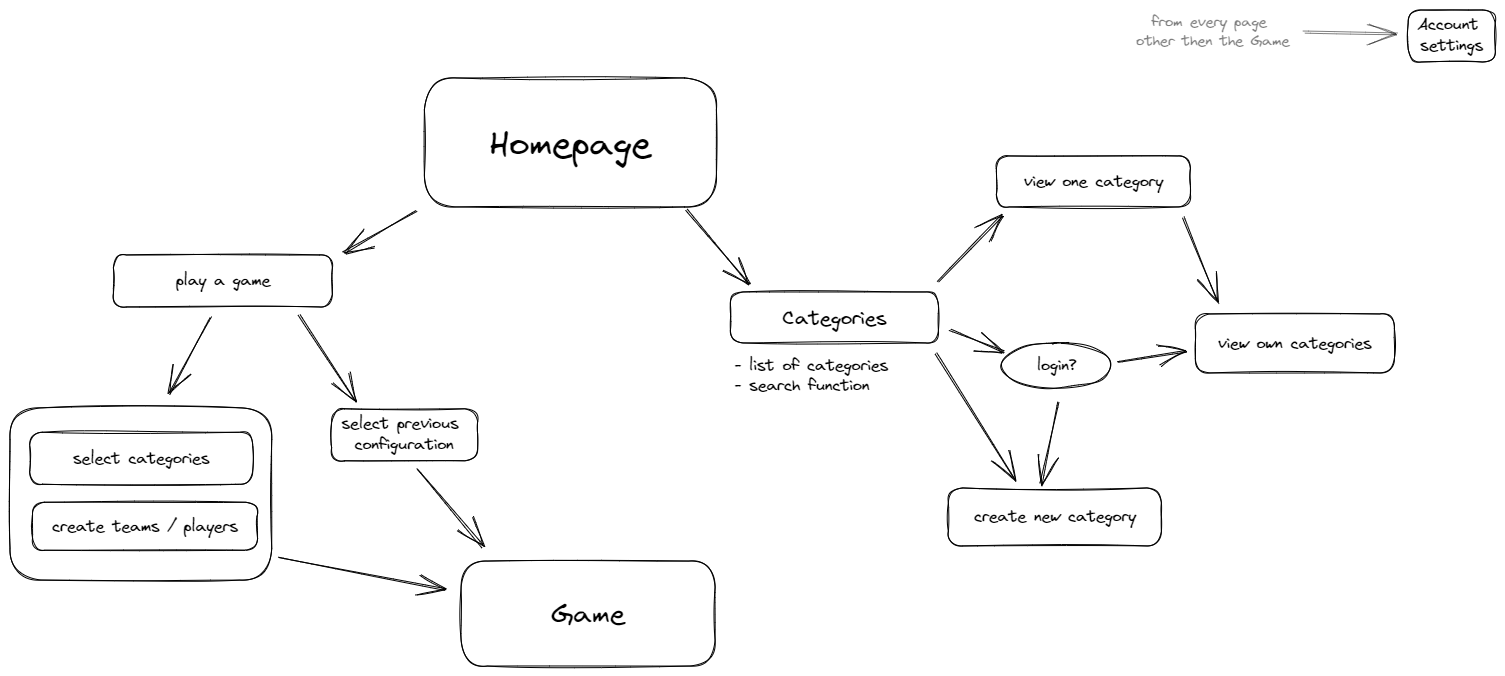
Earlier version of the Excalidraw export pageDiagram.excalidraw.png (NilsGke/klugscheisser-quiz). Source tidied: one line per element, renumbered; positions are measured from the earlier drawing's top-left corner, leaving out a move shared by most shapes.
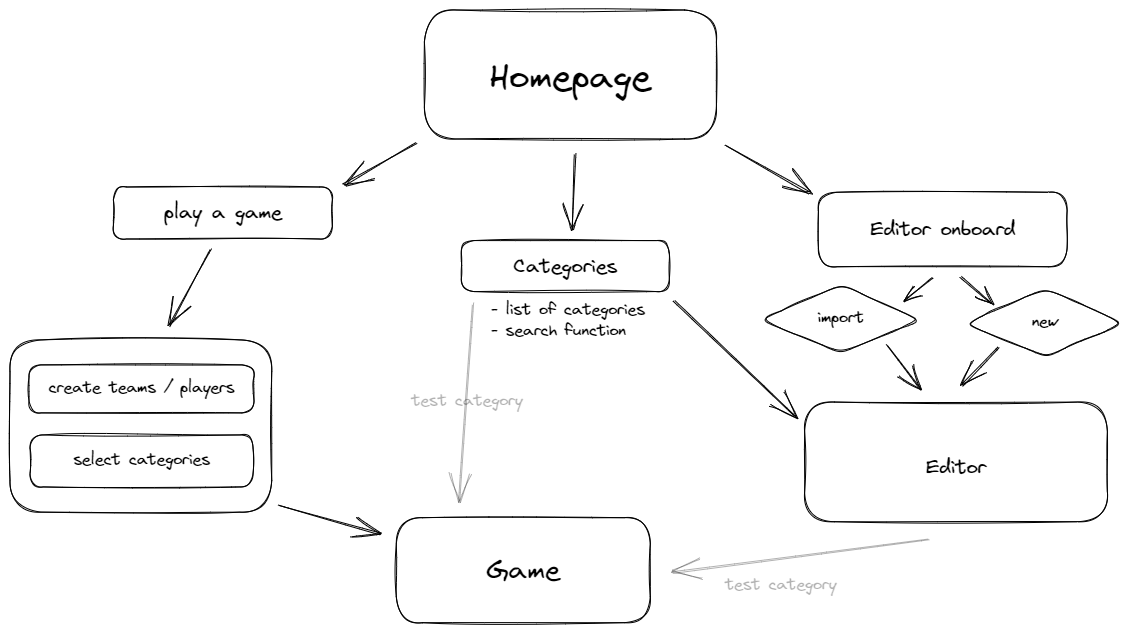
Later version of the same file.

What changed in the source:
```diff
@@ -1,40 +1,36 @@
 {"id": 0, "type": "rectangle", "strokeColor": "#000000", "strokeWidth": 1, "roughness": 1, "round": true, "x": 414, "y": 68, "width": 292, "height": 129}
 {"id": 1, "type": "text", "text": "Homepage", "strokeColor": "#000000", "strokeWidth": 1, "roughness": 1, "fontSize": 36, "fontFamily": 1, "textAlign": "center", "verticalAlign": "middle", "inside": 0, "x": 478, "y": 111, "width": 164, "height": 48}
-{"id": 2, "type": "rectangle", "strokeColor": "#000000", "strokeWidth": 1, "roughness": 1, "round": true, "x": 720, "y": 282, "width": 208, "height": 51}
+{"id": 2, "type": "rectangle", "strokeColor": "#000000", "strokeWidth": 1, "roughness": 1, "round": true, "x": 451, "y": 299, "width": 208, "height": 51}
-{"id": 3, "type": "text", "text": "Categories", "strokeColor": "#000000", "strokeWidth": 1, "roughness": 1, "fontSize": 20, "fontFamily": 1, "textAlign": "center", "verticalAlign": "middle", "inside": 2, "x": 771, "y": 295, "width": 106, "height": 27}
+{"id": 3, "type": "text", "text": "Categories", "strokeColor": "#000000", "strokeWidth": 1, "roughness": 1, "fontSize": 20, "fontFamily": 1, "textAlign": "center", "verticalAlign": "middle", "inside": 2, "x": 502, "y": 312, "width": 106, "height": 26}
-{"id": 4, "type": "arrow", "strokeColor": "#000000", "strokeWidth": 1, "roughness": 1, "endArrowhead": "arrow", "round": true, "from": 0, "to": 2, "x": 677, "y": 200, "width": 62, "height": 74, "points": [[0, 0], [62, 74]]}
+{"id": 4, "type": "arrow", "strokeColor": "#000000", "strokeWidth": 1, "roughness": 1, "endArrowhead": "arrow", "round": true, "from": 0, "to": 2, "x": 565, "y": 213, "width": 4, "height": 76, "points": [[0, 0], [-4, 76]]}
-{"id": 5, "type": "text", "text": "- list of categories \n- search function", "strokeColor": "#000000", "strokeWidth": 1, "roughness": 1, "fontSize": 16, "fontFamily": 1, "x": 724, "y": 346, "width": 163, "height": 40}
+{"id": 5, "type": "text", "text": "- list of categories \n- search function", "strokeColor": "#000000", "strokeWidth": 1, "roughness": 1, "fontSize": 16, "fontFamily": 1, "x": 481, "y": 358, "width": 163, "height": 41}
-{"id": 6, "type": "rectangle", "strokeColor": "#000000", "strokeWidth": 1, "roughness": 1, "round": true, "x": 986, "y": 146, "width": 194, "height": 51}
-{"id": 7, "type": "text", "text": "view one category", "strokeColor": "#000000", "strokeWidth": 1, "roughness": 1, "fontSize": 16, "fontFamily": 1, "textAlign": "center", "verticalAlign": "middle", "inside": 6, "x": 1013, "y": 162, "width": 141, "height": 21}
-{"id": 8, "type": "arrow", "strokeColor": "#000000", "strokeWidth": 1, "roughness": 1, "endArrowhead": "arrow", "round": true, "from": 2, "to": 6, "x": 928, "y": 271, "width": 65, "height": 66, "points": [[0, 0], [65, -66]]}
-{"id": 9, "type": "rectangle", "strokeColor": "#000000", "strokeWidth": 1, "roughness": 1, "round": true, "x": 938, "y": 478, "width": 213, "height": 58}
-{"id": 10, "type": "text", "text": "create new category", "strokeColor": "#000000", "strokeWidth": 1, "roughness": 1, "fontSize": 16, "fontFamily": 1, "textAlign": "center", "verticalAlign": "middle", "inside": 9, "x": 963, "y": 497, "width": 164, "height": 21}
-{"id": 11, "type": "arrow", "strokeColor": "#000000", "strokeWidth": 1, "roughness": 1, "endArrowhead": "arrow", "round": true, "from": 2, "to": 9, "x": 926, "y": 344, "width": 80, "height": 127, "points": [[0, 0], [80, 127]]}
 {"id": 12, "type": "rectangle", "strokeColor": "#000000", "strokeWidth": 1, "roughness": 1, "round": true, "x": 103, "y": 245, "width": 219, "height": 52}
-{"id": 13, "type": "text", "text": "play a game", "strokeColor": "#000000", "strokeWidth": 1, "roughness": 1, "fontSize": 16, "fontFamily": 1, "textAlign": "center", "verticalAlign": "middle", "inside": 12, "x": 164, "y": 261, "width": 97, "height": 21}
+{"id": 13, "type": "text", "text": "play a game", "strokeColor": "#000000", "strokeWidth": 1, "roughness": 1, "fontSize": 20, "fontFamily": 1, "textAlign": "center", "verticalAlign": "middle", "inside": 12, "x": 153, "y": 258, "width": 120, "height": 26}
 {"id": 14, "type": "arrow", "strokeColor": "#000000", "strokeWidth": 1, "roughness": 1, "endArrowhead": "arrow", "round": true, "from": 0, "to": 12, "x": 406, "y": 201, "width": 73, "height": 41, "points": [[0, 0], [-73, 41]]}
-{"id": 15, "type": "rectangle", "strokeColor": "#000000", "strokeWidth": 1, "roughness": 1, "round": true, "x": 20, "y": 422, "width": 223, "height": 52}
+{"id": 15, "type": "rectangle", "strokeColor": "#000000", "strokeWidth": 1, "roughness": 1, "round": true, "x": 20, "y": 493, "width": 223, "height": 52}
-{"id": 16, "type": "text", "text": "select categories", "strokeColor": "#000000", "strokeWidth": 1, "roughness": 1, "fontSize": 16, "fontFamily": 1, "textAlign": "center", "verticalAlign": "middle", "inside": 15, "x": 62, "y": 439, "width": 139, "height": 21}
+{"id": 16, "type": "text", "text": "select categories", "strokeColor": "#000000", "strokeWidth": 1, "roughness": 1, "fontSize": 16, "fontFamily": 1, "textAlign": "center", "verticalAlign": "middle", "inside": 15, "x": 62, "y": 509, "width": 139, "height": 20}
-{"id": 17, "type": "rectangle", "strokeColor": "#000000", "strokeWidth": 1, "roughness": 1, "round": true, "x": 23, "y": 492, "width": 225, "height": 48}
+{"id": 17, "type": "rectangle", "strokeColor": "#000000", "strokeWidth": 1, "roughness": 1, "round": true, "x": 19, "y": 423, "width": 225, "height": 48}
-{"id": 18, "type": "text", "text": "create teams / players", "strokeColor": "#000000", "strokeWidth": 1, "roughness": 1, "fontSize": 16, "fontFamily": 1, "textAlign": "center", "verticalAlign": "middle", "inside": 17, "x": 41, "y": 507, "width": 188, "height": 21}
+{"id": 18, "type": "text", "text": "create teams / players", "strokeColor": "#000000", "strokeWidth": 1, "roughness": 1, "fontSize": 16, "fontFamily": 1, "textAlign": "center", "verticalAlign": "middle", "inside": 17, "x": 38, "y": 437, "width": 188, "height": 20}
 {"id": 19, "type": "arrow", "strokeColor": "#000000", "strokeWidth": 1, "roughness": 1, "endArrowhead": "arrow", "round": true, "from": 12, "to": 34, "x": 201, "y": 308, "width": 42, "height": 77, "points": [[0, 0], [-42, 77]]}
-{"id": 20, "type": "ellipse", "strokeColor": "#000000", "strokeWidth": 1, "roughness": 1, "round": true, "x": 991, "y": 333, "width": 110, "height": 45}
-{"id": 21, "type": "text", "text": "login?", "strokeColor": "#000000", "strokeWidth": 1, "roughness": 1, "fontSize": 16, "fontFamily": 1, "textAlign": "center", "verticalAlign": "middle", "inside": 20, "x": 1025, "y": 346, "width": 42, "height": 21}
-{"id": 22, "type": "arrow", "strokeColor": "#000000", "strokeWidth": 1, "roughness": 1, "endArrowhead": "arrow", "round": true, "from": 2, "to": 20, "x": 939, "y": 321, "width": 55, "height": 20, "points": [[0, 0], [55, 20]]}
-{"id": 23, "type": "arrow", "strokeColor": "#000000", "strokeWidth": 1, "roughness": 1, "endArrowhead": "arrow", "round": true, "from": 20, "to": 9, "x": 1048, "y": 391, "width": 18, "height": 83, "points": [[0, 0], [-18, 83]]}
-{"id": 24, "type": "rectangle", "strokeColor": "#000000", "strokeWidth": 1, "roughness": 1, "round": true, "x": 1185, "y": 304, "width": 199, "height": 59}
-{"id": 25, "type": "text", "text": "view own categories", "strokeColor": "#000000", "strokeWidth": 1, "roughness": 1, "fontSize": 16, "fontFamily": 1, "textAlign": "center", "verticalAlign": "middle", "inside": 24, "x": 1207, "y": 324, "width": 156, "height": 21}
-{"id": 26, "type": "arrow", "strokeColor": "#000000", "strokeWidth": 1, "roughness": 1, "endArrowhead": "arrow", "round": true, "from": 20, "to": 24, "x": 1108, "y": 351, "width": 68, "height": 10, "points": [[0, 0], [68, -10]]}
-{"id": 27, "type": "arrow", "strokeColor": "#000000", "strokeWidth": 1, "roughness": 1, "endArrowhead": "arrow", "round": true, "from": 6, "to": 24, "x": 1174, "y": 208, "width": 36, "height": 85, "points": [[0, 0], [36, 85]]}
-{"id": 28, "type": "arrow", "strokeColor": "#000000", "strokeWidth": 1, "roughness": 1, "endArrowhead": "arrow", "round": true, "from": 34, "to": 29, "x": 269, "y": 547, "width": 168, "height": 32, "points": [[0, 0], [168, 32]]}
+{"id": 28, "type": "arrow", "strokeColor": "#000000", "strokeWidth": 1, "roughness": 1, "endArrowhead": "arrow", "round": true, "from": 34, "to": 29, "x": 269, "y": 562, "width": 103, "height": 29, "points": [[0, 0], [103, 29]]}
-{"id": 29, "type": "rectangle", "strokeColor": "#000000", "strokeWidth": 1, "roughness": 1, "round": true, "x": 451, "y": 551, "width": 254, "height": 105}
+{"id": 29, "type": "rectangle", "strokeColor": "#000000", "strokeWidth": 1, "roughness": 1, "round": true, "x": 386, "y": 576, "width": 254, "height": 105}
-{"id": 30, "type": "text", "text": "Game", "strokeColor": "#000000", "strokeWidth": 1, "roughness": 1, "fontSize": 28, "fontFamily": 1, "textAlign": "center", "verticalAlign": "middle", "inside": 29, "x": 540, "y": 586, "width": 76, "height": 37}
+{"id": 30, "type": "text", "text": "Game", "strokeColor": "#000000", "strokeWidth": 1, "roughness": 1, "fontSize": 28, "fontFamily": 1, "textAlign": "center", "verticalAlign": "middle", "inside": 29, "x": 475, "y": 611, "width": 76, "height": 37}
-{"id": 31, "type": "rectangle", "strokeColor": "#000000", "strokeWidth": 1, "roughness": 1, "round": true, "x": 322, "y": 399, "width": 146, "height": 52}
-{"id": 32, "type": "text", "text": "select previous \nconfiguration", "strokeColor": "#000000", "strokeWidth": 1, "roughness": 1, "fontSize": 16, "fontFamily": 1, "textAlign": "center", "verticalAlign": "middle", "inside": 31, "x": 330, "y": 404, "width": 127, "height": 42}
-{"id": 33, "type": "arrow", "strokeColor": "#000000", "strokeWidth": 1, "roughness": 1, "endArrowhead": "arrow", "round": true, "from": 12, "to": 31, "x": 289, "y": 304, "width": 58, "height": 87, "points": [[0, 0], [58, 87]]}
 {"id": 34, "type": "rectangle", "strokeColor": "#000000", "strokeWidth": 1, "roughness": 1, "round": true, "x": 0, "y": 398, "width": 262, "height": 172}
-{"id": 35, "type": "arrow", "strokeColor": "#000000", "strokeWidth": 1, "roughness": 1, "endArrowhead": "arrow", "round": true, "from": 31, "to": 29, "x": 407, "y": 460, "width": 67, "height": 78, "points": [[0, 0], [67, 78]]}
-{"id": 36, "type": "rectangle", "strokeColor": "#000000", "strokeWidth": 1, "roughness": 1, "round": true, "x": 1398, "y": 0, "width": 87, "height": 52}
-{"id": 37, "type": "text", "text": "Account \nsettings", "strokeColor": "#000000", "strokeWidth": 1, "roughness": 1, "fontSize": 16, "fontFamily": 1, "textAlign": "center", "verticalAlign": "middle", "inside": 36, "x": 1407, "y": 5, "width": 70, "height": 42}
-{"id": 38, "type": "text", "text": "from every page \nother then the Game", "strokeColor": "#000000", "strokeWidth": 1, "roughness": 1, "opacity": 50, "fontSize": 14.73, "fontFamily": 1, "textAlign": "center", "x": 1125, "y": 3, "width": 155, "height": 38}
-{"id": 39, "type": "arrow", "strokeColor": "#000000", "strokeWidth": 1, "roughness": 1, "opacity": 50, "endArrowhead": "arrow", "round": true, "from": 38, "to": 36, "x": 1293, "y": 22, "width": 94, "height": 1, "points": [[0, 0], [94, 1]]}
+{"id": 40, "type": "arrow", "strokeColor": "#000000", "strokeWidth": 1, "roughness": 1, "opacity": 30, "endArrowhead": "arrow", "round": true, "from": 2, "to": 29, "x": 463, "y": 361, "width": 13, "height": 198, "points": [[0, 0], [-13, 198]]}
+{"id": 41, "type": "text", "text": "test category", "strokeColor": "#000000", "strokeWidth": 1, "roughness": 1, "opacity": 30, "fontSize": 16, "fontFamily": 1, "textAlign": "center", "verticalAlign": "middle", "inside": 40, "x": 400, "y": 450, "width": 113, "height": 20}
+{"id": 42, "type": "rectangle", "strokeColor": "#000000", "strokeWidth": 1, "roughness": 1, "round": true, "x": 808, "y": 250, "width": 249, "height": 74}
+{"id": 43, "type": "text", "text": "Editor onboard", "strokeColor": "#000000", "strokeWidth": 1, "roughness": 1, "fontSize": 20, "fontFamily": 1, "textAlign": "center", "verticalAlign": "middle", "inside": 42, "x": 859, "y": 274, "width": 147, "height": 26}
+{"id": 44, "type": "arrow", "strokeColor": "#000000", "strokeWidth": 1, "roughness": 1, "endArrowhead": "arrow", "round": true, "from": 0, "to": 42, "x": 716, "y": 203, "width": 84, "height": 48, "points": [[0, 0], [84, 48]]}
+{"id": 45, "type": "diamond", "strokeColor": "#000000", "strokeWidth": 1, "roughness": 1, "round": true, "x": 751, "y": 343, "width": 159, "height": 69}
+{"id": 46, "type": "text", "text": "import", "strokeColor": "#000000", "strokeWidth": 1, "roughness": 1, "fontSize": 16, "fontFamily": 1, "textAlign": "center", "verticalAlign": "middle", "inside": 45, "x": 807, "y": 367, "width": 48, "height": 20}
+{"id": 47, "type": "diamond", "strokeColor": "#000000", "strokeWidth": 1, "roughness": 1, "round": true, "x": 955, "y": 346, "width": 159, "height": 69}
+{"id": 48, "type": "text", "text": "new", "strokeColor": "#000000", "strokeWidth": 1, "roughness": 1, "fontSize": 16, "fontFamily": 1, "textAlign": "center", "verticalAlign": "middle", "inside": 47, "x": 1021, "y": 371, "width": 28, "height": 20}
+{"id": 49, "type": "rectangle", "strokeColor": "#000000", "strokeWidth": 1, "roughness": 1, "round": true, "x": 795, "y": 460, "width": 303, "height": 120}
+{"id": 50, "type": "text", "text": "Editor", "strokeColor": "#000000", "strokeWidth": 1, "roughness": 1, "fontSize": 20, "fontFamily": 1, "textAlign": "center", "verticalAlign": "middle", "inside": 49, "x": 915, "y": 513, "width": 62, "height": 26}
+{"id": 51, "type": "arrow", "strokeColor": "#000000", "strokeWidth": 1, "roughness": 1, "endArrowhead": "arrow", "round": true, "from": 2, "to": 49, "x": 664, "y": 358, "width": 121, "height": 116, "points": [[0, 0], [121, 116]]}
+{"id": 52, "type": "arrow", "strokeColor": "#000000", "strokeWidth": 1, "roughness": 1, "endArrowhead": "arrow", "round": true, "from": 45, "to": 49, "x": 877, "y": 404, "width": 33, "height": 44, "points": [[0, 0], [33, 44]]}
+{"id": 53, "type": "arrow", "strokeColor": "#000000", "strokeWidth": 1, "roughness": 1, "endArrowhead": "arrow", "round": true, "from": 47, "to": 49, "x": 989, "y": 405, "width": 36, "height": 39, "points": [[0, 0], [-36, 39]]}
+{"id": 54, "type": "arrow", "strokeColor": "#000000", "strokeWidth": 1, "roughness": 1, "endArrowhead": "arrow", "round": true, "from": 42, "to": 45, "x": 922, "y": 335, "width": 28, "height": 23, "points": [[0, 0], [-28, 23]]}
+{"id": 55, "type": "arrow", "strokeColor": "#000000", "strokeWidth": 1, "roughness": 1, "endArrowhead": "arrow", "round": true, "from": 42, "to": 47, "x": 951, "y": 335, "width": 31, "height": 27, "points": [[0, 0], [31, 27]]}
+{"id": 56, "type": "arrow", "strokeColor": "#000000", "strokeWidth": 1, "roughness": 1, "opacity": 30, "endArrowhead": "arrow", "round": true, "from": 49, "to": 29, "x": 919, "y": 597, "width": 257, "height": 34, "points": [[0, 0], [-257, 34]]}
+{"id": 57, "type": "text", "text": "test category", "strokeColor": "#000000", "strokeWidth": 1, "roughness": 1, "opacity": 30, "fontSize": 16, "fontFamily": 1, "textAlign": "center", "verticalAlign": "middle", "inside": 56, "x": 714, "y": 634, "width": 113, "height": 20}
```
